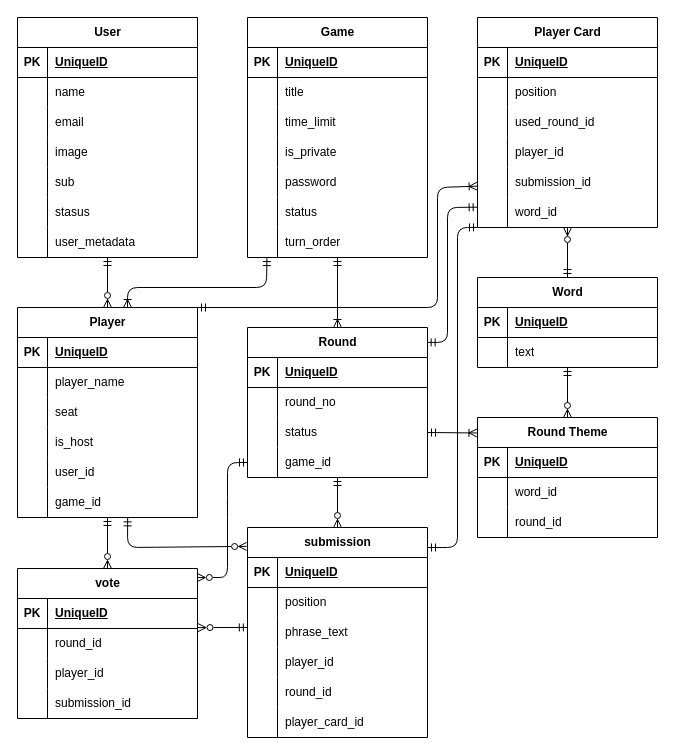
sendo-kakeru/omojan keeps this draw.io diagram as docs/er_v2.drawio. Above is the earlier version. Source tidied: cells renumbered, new cells numbered last; positions are measured from the earlier drawing's top-left corner, leaving out a move shared by most shapes. Both pictures are drawn from the tidied source at 100%, with x=0, y=0 at pixel (17, 17).
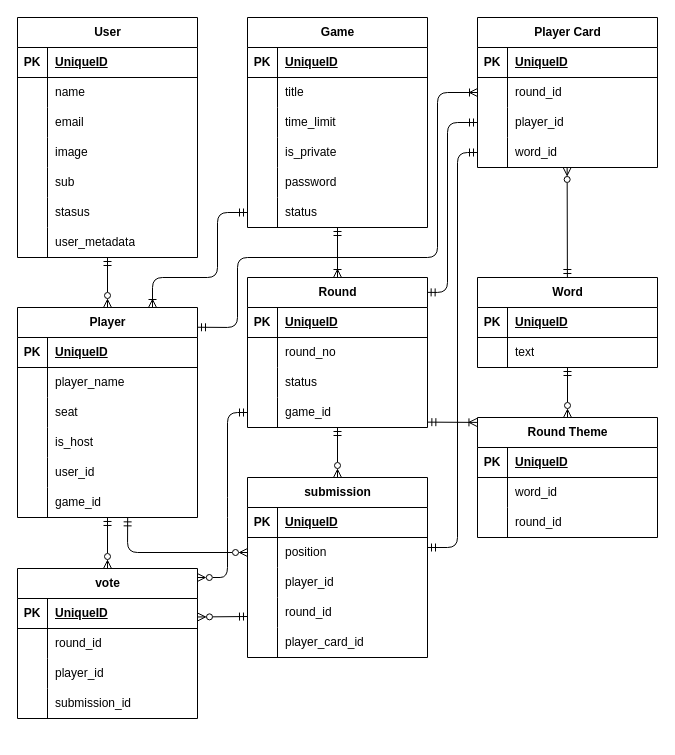
Above is the later version.

Unchanged cells that the change refers to:
```xml
<mxCell id="41" style="shape=tableRow;horizontal=0;startSize=0;swimlaneHead=0;swimlaneBody=0;fillColor=none;points=[[0,0.5],[1,0.5]];portConstraint=eastwest;top=0;left=0;right=0;bottom=0;" parent="25" vertex="1">
  <mxGeometry y="180" width="180" height="30" as="geometry" />
</mxCell>
<mxCell id="48" value="Word" style="shape=table;startSize=30;childLayout=tableLayout;rowLines=0;fontStyle=1;align=center;html=1;" parent="1" vertex="1">
  <mxGeometry x="460" y="260" width="180" height="90" as="geometry" />
</mxCell>
<mxCell id="57" value="Player" style="shape=table;startSize=30;childLayout=tableLayout;rowLines=0;fontStyle=1;align=center;html=1;" parent="1" vertex="1">
  <mxGeometry y="290" width="180" height="210" as="geometry" />
</mxCell>
<mxCell id="73" style="shape=tableRow;horizontal=0;startSize=0;swimlaneHead=0;swimlaneBody=0;fillColor=none;points=[[0,0.5],[1,0.5]];portConstraint=eastwest;top=0;left=0;right=0;bottom=0;" parent="57" vertex="1">
  <mxGeometry y="180" width="180" height="30" as="geometry" />
</mxCell>
<mxCell id="96" value="Round Theme" style="shape=table;startSize=30;childLayout=tableLayout;rowLines=0;fontStyle=1;align=center;html=1;" parent="1" vertex="1">
  <mxGeometry x="460" y="400" width="180" height="120" as="geometry" />
</mxCell>
<mxCell id="117" style="shape=tableRow;horizontal=0;startSize=0;swimlaneHead=0;swimlaneBody=0;fillColor=none;points=[[0,0.5],[1,0.5]];portConstraint=eastwest;top=0;left=0;right=0;bottom=0;" parent="110" vertex="1">
  <mxGeometry y="90" width="180" height="30" as="geometry" />
</mxCell>
<mxCell id="120" style="shape=tableRow;horizontal=0;startSize=0;swimlaneHead=0;swimlaneBody=0;fillColor=none;points=[[0,0.5],[1,0.5]];portConstraint=eastwest;top=0;left=0;right=0;bottom=0;" parent="110" vertex="1">
  <mxGeometry y="120" width="180" height="30" as="geometry" />
</mxCell>
<mxCell id="127" style="shape=tableRow;horizontal=0;startSize=0;swimlaneHead=0;swimlaneBody=0;fillColor=none;points=[[0,0.5],[1,0.5]];portConstraint=eastwest;top=0;left=0;right=0;bottom=0;" parent="123" vertex="1">
  <mxGeometry y="60" width="180" height="30" as="geometry" />
</mxCell>
<mxCell id="143" value="vote" style="shape=table;startSize=30;childLayout=tableLayout;rowLines=0;fontStyle=1;align=center;html=1;" parent="1" vertex="1">
  <mxGeometry y="551" width="180" height="150" as="geometry" />
</mxCell>
<mxCell id="144" style="shape=tableRow;horizontal=0;startSize=0;swimlaneHead=0;swimlaneBody=0;fillColor=none;points=[[0,0.5],[1,0.5]];portConstraint=eastwest;top=0;left=0;right=0;bottom=1;" parent="143" vertex="1">
  <mxGeometry y="30" width="180" height="30" as="geometry" />
</mxCell>
```

The edit, as a diff of the source:
```diff
@@
     <mxCell id="25" value="Game" style="shape=table;startSize=30;childLayout=tableLayout;rowLines=0;fontStyle=1;align=center;html=1;" parent="1" vertex="1">
-      <mxGeometry x="230" width="180" height="240" as="geometry" />
+      <mxGeometry x="230" width="180" height="210" as="geometry" />
     </mxCell>
@@
-    <mxCell id="44" style="shape=tableRow;horizontal=0;startSize=0;swimlaneHead=0;swimlaneBody=0;fillColor=none;points=[[0,0.5],[1,0.5]];portConstraint=eastwest;top=0;left=0;right=0;bottom=0;" parent="25" vertex="1">
-      <mxGeometry y="210" width="180" height="30" as="geometry" />
-    </mxCell>
-    <mxCell id="45" style="shape=partialRectangle;fillColor=none;top=0;left=0;bottom=0;right=0;overflow=hidden;whiteSpace=wrap;html=1;" parent="44" vertex="1">
-      <mxGeometry width="30" height="30" as="geometry" />
-    </mxCell>
-    <mxCell id="46" value="turn_order" style="shape=partialRectangle;fillColor=none;top=0;left=0;bottom=0;right=0;align=left;spacingLeft=6;overflow=hidden;whiteSpace=wrap;html=1;" parent="44" vertex="1">
-      <mxGeometry x="30" width="150" height="30" as="geometry" />
-    </mxCell>
@@
-    <mxCell id="55" style="edgeStyle=none;html=1;endArrow=ERmandOne;endFill=0;startArrow=ERoneToMany;startFill=0;entryX=0.108;entryY=1.003;entryDx=0;entryDy=0;entryPerimeter=0;" parent="1" edge="1" target="44">
-      <mxGeometry relative="1" as="geometry">
-        <mxPoint x="110" y="290" as="sourcePoint" />
-        <Array as="points">
-          <mxPoint x="110" y="270" />
-          <mxPoint x="249" y="270" />
-        </Array>
-      </mxGeometry>
-    </mxCell>
-    <mxCell id="56" style="edgeStyle=none;html=1;entryX=-0.002;entryY=0.622;entryDx=0;entryDy=0;exitX=1;exitY=0;exitDx=0;exitDy=0;endArrow=ERoneToMany;endFill=0;startArrow=ERmandOne;startFill=0;entryPerimeter=0;" parent="1" edge="1" source="57" target="90">
+    <mxCell id="56" style="edgeStyle=none;html=1;entryX=0;entryY=0.5;entryDx=0;entryDy=0;exitX=1;exitY=0.094;exitDx=0;exitDy=0;endArrow=ERoneToMany;endFill=0;startArrow=ERmandOne;startFill=0;exitPerimeter=0;" parent="1" edge="1" source="57" target="84">
       <mxGeometry relative="1" as="geometry">
         <Array as="points">
-          <mxPoint x="420" y="290" />
-          <mxPoint x="420" y="170" />
+          <mxPoint x="220" y="310" />
+          <mxPoint x="220" y="240" />
+          <mxPoint x="420" y="240" />
+          <mxPoint x="420" y="75" />
         </Array>
       </mxGeometry>
     </mxCell>
@@
-    <mxCell id="76" style="edgeStyle=none;html=1;endArrow=ERmandOne;endFill=0;startArrow=ERmandOne;startFill=0;exitX=0;exitY=0.997;exitDx=0;exitDy=0;exitPerimeter=0;" parent="1" edge="1" source="93">
+    <mxCell id="76" style="edgeStyle=none;html=1;endArrow=ERmandOne;endFill=0;startArrow=ERmandOne;startFill=0;exitX=0;exitY=0.5;exitDx=0;exitDy=0;" parent="1" edge="1" source="93">
       <mxGeometry relative="1" as="geometry">
         <mxPoint x="410" y="530" as="targetPoint" />
         <Array as="points">
-          <mxPoint x="440" y="210" />
+          <mxPoint x="440" y="135" />
           <mxPoint x="440" y="530" />
         </Array>
       </mxGeometry>
     </mxCell>
     <mxCell id="77" value="&lt;span style=&quot;color: rgb(0, 0, 0);&quot;&gt;Player&lt;/span&gt;&amp;nbsp;Card" style="shape=table;startSize=30;childLayout=tableLayout;rowLines=0;fontStyle=1;align=center;html=1;" parent="1" vertex="1">
-      <mxGeometry x="460" width="180" height="210" as="geometry" />
+      <mxGeometry x="460" width="180" height="150" as="geometry" />
     </mxCell>
@@
-    <mxCell id="81" style="shape=tableRow;horizontal=0;startSize=0;swimlaneHead=0;swimlaneBody=0;fillColor=none;top=0;left=0;right=0;bottom=0;" parent="77" vertex="1">
-      <mxGeometry y="60" width="180" height="30" as="geometry" />
-    </mxCell>
-    <mxCell id="82" style="shape=partialRectangle;fillColor=none;top=0;left=0;bottom=0;right=0;overflow=hidden;whiteSpace=wrap;html=1;" parent="81" vertex="1">
-      <mxGeometry width="30" height="30" as="geometry" />
-    </mxCell>
-    <mxCell id="83" value="position" style="shape=partialRectangle;fillColor=none;top=0;left=0;bottom=0;right=0;align=left;spacingLeft=6;overflow=hidden;whiteSpace=wrap;html=1;" parent="81" vertex="1">
-      <mxGeometry x="30" width="150" height="30" as="geometry" />
-    </mxCell>
     <mxCell id="84" style="shape=tableRow;horizontal=0;startSize=0;swimlaneHead=0;swimlaneBody=0;fillColor=none;points=[[0,0.5],[1,0.5]];portConstraint=eastwest;top=0;left=0;right=0;bottom=0;" parent="77" vertex="1">
-      <mxGeometry y="90" width="180" height="30" as="geometry" />
+      <mxGeometry y="60" width="180" height="30" as="geometry" />
     </mxCell>
@@
-    <mxCell id="86" value="used_round_id" style="shape=partialRectangle;fillColor=none;top=0;left=0;bottom=0;right=0;align=left;spacingLeft=6;overflow=hidden;whiteSpace=wrap;html=1;" parent="84" vertex="1">
+    <mxCell id="86" value="round_id" style="shape=partialRectangle;fillColor=none;top=0;left=0;bottom=0;right=0;align=left;spacingLeft=6;overflow=hidden;whiteSpace=wrap;html=1;" parent="84" vertex="1">
       <mxGeometry x="30" width="150" height="30" as="geometry" />
     </mxCell>
     <mxCell id="87" style="shape=tableRow;horizontal=0;startSize=0;swimlaneHead=0;swimlaneBody=0;fillColor=none;points=[[0,0.5],[1,0.5]];portConstraint=eastwest;top=0;left=0;right=0;bottom=0;" parent="77" vertex="1">
-      <mxGeometry y="120" width="180" height="30" as="geometry" />
+      <mxGeometry y="90" width="180" height="30" as="geometry" />
     </mxCell>
@@
-    <mxCell id="90" style="shape=tableRow;horizontal=0;startSize=0;swimlaneHead=0;swimlaneBody=0;fillColor=none;points=[[0,0.5],[1,0.5]];portConstraint=eastwest;top=0;left=0;right=0;bottom=0;" parent="77" vertex="1">
-      <mxGeometry y="150" width="180" height="30" as="geometry" />
-    </mxCell>
-    <mxCell id="91" style="shape=partialRectangle;fillColor=none;top=0;left=0;bottom=0;right=0;overflow=hidden;whiteSpace=wrap;html=1;" parent="90" vertex="1">
-      <mxGeometry width="30" height="30" as="geometry" />
-    </mxCell>
-    <mxCell id="92" value="&lt;span style=&quot;color: rgb(0, 0, 0); text-align: center; text-wrap-mode: nowrap;&quot;&gt;submission_id&lt;/span&gt;" style="shape=partialRectangle;fillColor=none;top=0;left=0;bottom=0;right=0;align=left;spacingLeft=6;overflow=hidden;whiteSpace=wrap;html=1;" parent="90" vertex="1">
-      <mxGeometry x="30" width="150" height="30" as="geometry" />
-    </mxCell>
     <mxCell id="93" style="shape=tableRow;horizontal=0;startSize=0;swimlaneHead=0;swimlaneBody=0;fillColor=none;points=[[0,0.5],[1,0.5]];portConstraint=eastwest;top=0;left=0;right=0;bottom=0;" parent="77" vertex="1">
-      <mxGeometry y="180" width="180" height="30" as="geometry" />
+      <mxGeometry y="120" width="180" height="30" as="geometry" />
     </mxCell>
@@
-    <mxCell id="106" style="edgeStyle=none;html=1;endArrow=ERzeroToMany;endFill=0;startArrow=ERmandOne;startFill=0;" parent="1" edge="1" source="48">
-      <mxGeometry relative="1" as="geometry">
-        <mxPoint x="550" y="210" as="targetPoint" />
-      </mxGeometry>
+    <mxCell id="106" style="edgeStyle=none;html=1;endArrow=ERzeroToMany;endFill=0;startArrow=ERmandOne;startFill=0;entryX=0.498;entryY=0.999;entryDx=0;entryDy=0;entryPerimeter=0;" parent="1" edge="1" source="48" target="93">
+      <mxGeometry relative="1" as="geometry" />
     </mxCell>
@@
-    <mxCell id="108" style="edgeStyle=none;html=1;entryX=-0.003;entryY=0.129;entryDx=0;entryDy=0;endArrow=ERoneToMany;endFill=0;startArrow=ERmandOne;startFill=0;exitX=1;exitY=0.5;exitDx=0;exitDy=0;entryPerimeter=0;" parent="1" edge="1" source="117" target="96">
+    <mxCell id="108" style="edgeStyle=none;html=1;endArrow=ERoneToMany;endFill=0;startArrow=ERmandOne;startFill=0;exitX=1.002;exitY=0.821;exitDx=0;exitDy=0;exitPerimeter=0;entryX=-0.003;entryY=0.041;entryDx=0;entryDy=0;entryPerimeter=0;" parent="1" edge="1" source="120" target="96">
       <mxGeometry relative="1" as="geometry" />
     </mxCell>
-    <mxCell id="109" style="edgeStyle=none;html=1;entryX=-0.002;entryY=0.323;entryDx=0;entryDy=0;exitX=0.998;exitY=0.099;exitDx=0;exitDy=0;exitPerimeter=0;startArrow=ERmandOne;startFill=0;endArrow=ERmandOne;endFill=0;entryPerimeter=0;" parent="1" edge="1" source="110" target="93">
+    <mxCell id="109" style="edgeStyle=none;html=1;entryX=0;entryY=0.5;entryDx=0;entryDy=0;exitX=0.998;exitY=0.099;exitDx=0;exitDy=0;exitPerimeter=0;startArrow=ERmandOne;startFill=0;endArrow=ERmandOne;endFill=0;" parent="1" edge="1" source="110" target="87">
       <mxGeometry relative="1" as="geometry">
         <Array as="points">
-          <mxPoint x="430" y="325" />
-          <mxPoint x="430" y="190" />
+          <mxPoint x="430" y="275" />
+          <mxPoint x="430" y="105" />
         </Array>
       </mxGeometry>
     </mxCell>
     <mxCell id="110" value="Round" style="shape=table;startSize=30;childLayout=tableLayout;rowLines=0;fontStyle=1;align=center;html=1;" parent="1" vertex="1">
-      <mxGeometry x="230" y="310" width="180" height="150" as="geometry" />
+      <mxGeometry x="230" y="260" width="180" height="150" as="geometry" />
     </mxCell>
@@
     <mxCell id="123" value="submission" style="shape=table;startSize=30;childLayout=tableLayout;rowLines=0;fontStyle=1;align=center;html=1;" parent="1" vertex="1">
-      <mxGeometry x="230" y="510" width="180" height="210" as="geometry" />
+      <mxGeometry x="230" y="460" width="180" height="180" as="geometry" />
     </mxCell>
@@
-    <mxCell id="130" style="shape=tableRow;horizontal=0;startSize=0;swimlaneHead=0;swimlaneBody=0;fillColor=none;points=[[0,0.5],[1,0.5]];portConstraint=eastwest;top=0;left=0;right=0;bottom=0;" parent="123" vertex="1">
-      <mxGeometry y="90" width="180" height="30" as="geometry" />
-    </mxCell>
-    <mxCell id="131" style="shape=partialRectangle;fillColor=none;top=0;left=0;bottom=0;right=0;overflow=hidden;whiteSpace=wrap;html=1;" parent="130" vertex="1">
-      <mxGeometry width="30" height="30" as="geometry" />
-    </mxCell>
-    <mxCell id="132" value="phrase_text" style="shape=partialRectangle;fillColor=none;top=0;left=0;bottom=0;right=0;align=left;spacingLeft=6;overflow=hidden;whiteSpace=wrap;html=1;" parent="130" vertex="1">
-      <mxGeometry x="30" width="150" height="30" as="geometry" />
-    </mxCell>
     <mxCell id="133" style="shape=tableRow;horizontal=0;startSize=0;swimlaneHead=0;swimlaneBody=0;fillColor=none;top=0;left=0;right=0;bottom=0;" parent="123" vertex="1">
-      <mxGeometry y="120" width="180" height="30" as="geometry" />
+      <mxGeometry y="90" width="180" height="30" as="geometry" />
     </mxCell>
@@
     <mxCell id="136" style="shape=tableRow;horizontal=0;startSize=0;swimlaneHead=0;swimlaneBody=0;fillColor=none;top=0;left=0;right=0;bottom=0;" parent="123" vertex="1">
-      <mxGeometry y="150" width="180" height="30" as="geometry" />
+      <mxGeometry y="120" width="180" height="30" as="geometry" />
     </mxCell>
@@
     <mxCell id="139" style="shape=tableRow;horizontal=0;startSize=0;swimlaneHead=0;swimlaneBody=0;fillColor=none;top=0;left=0;right=0;bottom=0;" parent="123" vertex="1">
-      <mxGeometry y="180" width="180" height="30" as="geometry" />
+      <mxGeometry y="150" width="180" height="30" as="geometry" />
     </mxCell>
@@
-    <mxCell id="142" style="edgeStyle=none;html=1;entryX=-0.001;entryY=0.331;entryDx=0;entryDy=0;endArrow=ERmandOne;endFill=0;startArrow=ERzeroToMany;startFill=0;entryPerimeter=0;exitX=1.003;exitY=0.97;exitDx=0;exitDy=0;exitPerimeter=0;" parent="1" edge="1" source="144" target="130">
-      <mxGeometry relative="1" as="geometry" />
+    <mxCell id="142" style="edgeStyle=none;html=1;endArrow=ERmandOne;endFill=0;startArrow=ERzeroToMany;startFill=0;exitX=1;exitY=0.616;exitDx=0;exitDy=0;exitPerimeter=0;" parent="1" edge="1" source="144">
+      <mxGeometry relative="1" as="geometry">
+        <mxPoint x="230" y="599" as="targetPoint" />
+      </mxGeometry>
     </mxCell>
@@
-    <mxCell id="158" style="edgeStyle=none;html=1;entryX=-0.005;entryY=0.09;entryDx=0;entryDy=0;exitX=0.612;exitY=1.012;exitDx=0;exitDy=0;exitPerimeter=0;endArrow=ERzeroToMany;endFill=0;startArrow=ERmandOne;startFill=0;entryPerimeter=0;" parent="1" edge="1" source="73" target="123">
+    <mxCell id="158" style="edgeStyle=none;html=1;entryX=0;entryY=0.5;entryDx=0;entryDy=0;exitX=0.612;exitY=1.012;exitDx=0;exitDy=0;exitPerimeter=0;endArrow=ERzeroToMany;endFill=0;startArrow=ERmandOne;startFill=0;" parent="1" edge="1" source="73" target="127">
       <mxGeometry relative="1" as="geometry">
         <Array as="points">
-          <mxPoint x="110" y="530" />
+          <mxPoint x="110" y="535" />
         </Array>
       </mxGeometry>
     </mxCell>
     <mxCell id="159" style="edgeStyle=none;html=1;entryX=0.999;entryY=0.06;entryDx=0;entryDy=0;entryPerimeter=0;exitX=0;exitY=0.5;exitDx=0;exitDy=0;endArrow=ERzeroToMany;endFill=0;startArrow=ERmandOne;startFill=0;" parent="1" edge="1" source="120" target="143">
       <mxGeometry relative="1" as="geometry">
         <Array as="points">
-          <mxPoint x="210" y="445" />
+          <mxPoint x="210" y="395" />
           <mxPoint x="210" y="490" />
           <mxPoint x="210" y="560" />
         </Array>
       </mxGeometry>
     </mxCell>
+    <mxCell id="160" style="edgeStyle=none;html=1;entryX=0;entryY=0.5;entryDx=0;entryDy=0;exitX=0.75;exitY=0;exitDx=0;exitDy=0;endArrow=ERmandOne;endFill=0;startArrow=ERoneToMany;startFill=0;" parent="1" edge="1" source="57" target="41">
+      <mxGeometry relative="1" as="geometry">
+        <Array as="points">
+          <mxPoint x="135" y="260" />
+          <mxPoint x="200" y="260" />
+          <mxPoint x="200" y="195" />
+        </Array>
+      </mxGeometry>
+    </mxCell>
```
